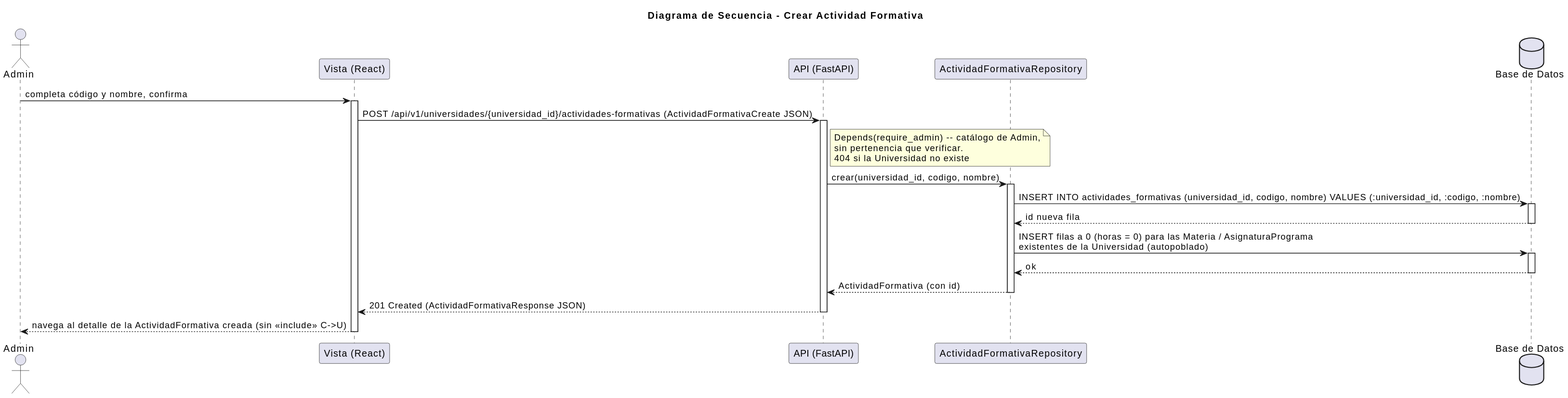
The PlantUML diagram images/RUP/03-diseño/casos-uso/crearActividadFormativa/secuencia.svg in mmasias/pyCeldaPublico, before a commit.
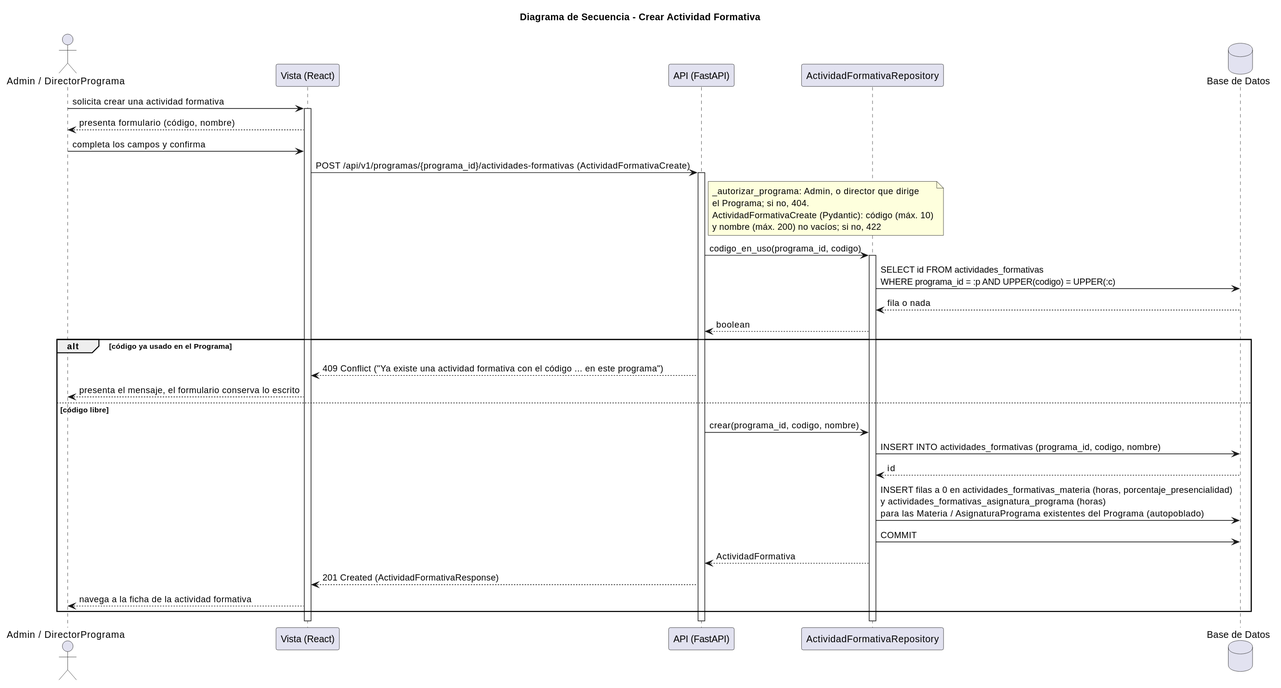
Later version of the same file.

The edit, as a diff of the source:
```diff
@@ -1,31 +1,38 @@
 @startuml
 title Diagrama de Secuencia - Crear Actividad Formativa
 
-actor "Admin" as Admin
+actor "Admin / DirectorPrograma" as Actor
 participant "Vista (React)" as Vista
 participant "API (FastAPI)" as API
-participant "ActividadFormativaRepository" as AFRepo
+participant "ActividadFormativaRepository" as Repo
 database "Base de Datos" as DB
 
-Admin -> Vista: completa código y nombre, confirma
+Actor -> Vista: solicita crear una actividad formativa
 activate Vista
-Vista -> API: POST /api/v1/universidades/{universidad_id}/actividades-formativas (ActividadFormativaCreate JSON)
+Vista --> Actor: presenta formulario (código, nombre)
+Actor -> Vista: completa los campos y confirma
+Vista -> API: POST /api/v1/programas/{programa_id}/actividades-formativas (ActividadFormativaCreate)
 activate API
-note right of API: Depends(require_admin) -- catálogo de Admin,\nsin pertenencia que verificar.\n404 si la Universidad no existe
-API -> AFRepo: crear(universidad_id, codigo, nombre)
-activate AFRepo
-AFRepo -> DB: INSERT INTO actividades_formativas (universidad_id, codigo, nombre) VALUES (:universidad_id, :codigo, :nombre)
-activate DB
-DB --> AFRepo: id nueva fila
-deactivate DB
-AFRepo -> DB: INSERT filas a 0 (horas = 0) para las Materia / AsignaturaPrograma\nexistentes de la Universidad (autopoblado)
-activate DB
-DB --> AFRepo: ok
-deactivate DB
-AFRepo --> API: ActividadFormativa (con id)
-deactivate AFRepo
-API --> Vista: 201 Created (ActividadFormativaResponse JSON)
+note right of API: _autorizar_programa: Admin, o director que dirige\nel Programa; si no, 404.\nActividadFormativaCreate (Pydantic): código (máx. 10)\ny nombre (máx. 200) no vacíos; si no, 422
+API -> Repo: codigo_en_uso(programa_id, codigo)
+activate Repo
+Repo -> DB: SELECT id FROM actividades_formativas\nWHERE programa_id = :p AND UPPER(codigo) = UPPER(:c)
+DB --> Repo: fila o nada
+Repo --> API: boolean
+alt código ya usado en el Programa
+  API --> Vista: 409 Conflict ("Ya existe una actividad formativa con el código ... en este programa")
+  Vista --> Actor: presenta el mensaje, el formulario conserva lo escrito
+else código libre
+  API -> Repo: crear(programa_id, codigo, nombre)
+  Repo -> DB: INSERT INTO actividades_formativas (programa_id, codigo, nombre)
+  DB --> Repo: id
+  Repo -> DB: INSERT filas a 0 en actividades_formativas_materia (horas, porcentaje_presencialidad)\ny actividades_formativas_asignatura_programa (horas)\npara las Materia / AsignaturaPrograma existentes del Programa (autopoblado)
+  Repo -> DB: COMMIT
+  Repo --> API: ActividadFormativa
+  API --> Vista: 201 Created (ActividadFormativaResponse)
+  Vista --> Actor: navega a la ficha de la actividad formativa
+end
+deactivate Repo
 deactivate API
-Vista --> Admin: navega al detalle de la ActividadFormativa creada (sin <<include>> C->U)
 deactivate Vista
 @enduml
```
